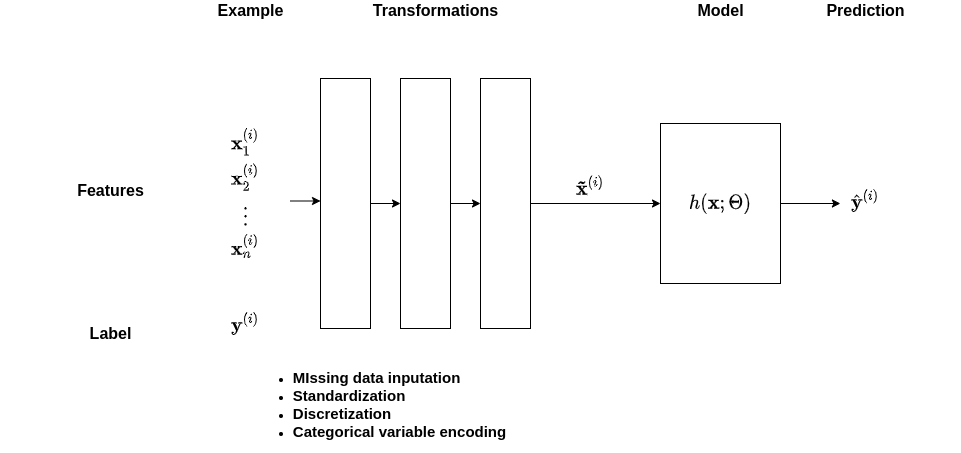
This is images/Feature_engineering.png from nyutandononline/MachineLearning_and_Finance_Teacher, a draw.io export, as it was before one commit. Source tidied: cells renumbered, new cells last; positions are measured from the earlier drawing's top-left corner, leaving out a move shared by most shapes. Its diagram source:
```xml
<mxGraphModel math="1">
  <root>
    <mxCell id="0" />
    <mxCell id="1" parent="0" />
    <mxCell id="2" value="&lt;font style=&quot;font-size: 16px;&quot;&gt;$$\mathbf{x}^{(i)}_1\\ \mathbf{x}^{(i)}_2 \\ \vdots \\ \mathbf{x}^{(i)}_n&lt;br style=&quot;font-size: 16px;&quot;&gt;$$&lt;/font&gt;" style="text;html=1;align=center;verticalAlign=middle;fontSize=16;" parent="1" vertex="1">
      <mxGeometry y="173" width="490" height="40" as="geometry" />
    </mxCell>
    <mxCell id="3" value="$$h(\mathbf{x};\Theta)$$" style="rounded=0;whiteSpace=wrap;html=1;fontSize=16;" parent="1" vertex="1">
      <mxGeometry x="660" y="123" width="120" height="160" as="geometry" />
    </mxCell>
    <mxCell id="4" value="$$\hat{\mathbf{y}}^{(i)}$$" style="text;html=1;align=center;verticalAlign=middle;points=[];fontSize=16;" parent="1" vertex="1">
      <mxGeometry x="770" y="190" width="190" height="20" as="geometry" />
    </mxCell>
    <mxCell id="5" value="$$\mathbf{y}^{(i)}$$" style="text;html=1;align=center;verticalAlign=middle;fontSize=16;" parent="1" vertex="1">
      <mxGeometry x="165" y="313" width="160" height="20" as="geometry" />
    </mxCell>
    <mxCell id="6" value="&lt;b&gt;Example&lt;/b&gt;" style="text;html=1;align=center;verticalAlign=middle;fontSize=16;" parent="1" vertex="1">
      <mxGeometry x="210" width="80" height="20" as="geometry" />
    </mxCell>
    <mxCell id="7" value="&lt;b&gt;Model&lt;/b&gt;" style="text;html=1;align=center;verticalAlign=middle;fontSize=16;" parent="1" vertex="1">
      <mxGeometry x="690" width="60" height="20" as="geometry" />
    </mxCell>
    <mxCell id="8" value="&lt;b&gt;Prediction&lt;/b&gt;" style="text;html=1;align=center;verticalAlign=middle;fontSize=16;" parent="1" vertex="1">
      <mxGeometry x="820" width="90" height="20" as="geometry" />
    </mxCell>
    <mxCell id="9" value="&lt;b&gt;Features&lt;/b&gt;" style="text;html=1;align=center;verticalAlign=middle;fontSize=16;" parent="1" vertex="1">
      <mxGeometry x="70" y="180" width="80" height="20" as="geometry" />
    </mxCell>
    <mxCell id="10" value="&lt;b&gt;Label&lt;br&gt;&lt;/b&gt;" style="text;html=1;align=center;verticalAlign=middle;fontSize=16;" parent="1" vertex="1">
      <mxGeometry x="80" y="323" width="60" height="20" as="geometry" />
    </mxCell>
    <mxCell id="11" style="edgeStyle=orthogonalEdgeStyle;rounded=0;jettySize=auto;html=1;entryX=0;entryY=0.5;entryDx=0;entryDy=0;" parent="1" edge="1" source="12" target="14">
      <mxGeometry relative="1" as="geometry" />
    </mxCell>
    <mxCell id="12" style="rounded=0;whiteSpace=wrap;html=1;" parent="1" vertex="1">
      <mxGeometry x="320" y="78" width="50" height="250" as="geometry" />
    </mxCell>
    <mxCell id="13" style="edgeStyle=orthogonalEdgeStyle;rounded=0;jettySize=auto;html=1;exitX=1;exitY=0.5;exitDx=0;exitDy=0;entryX=0;entryY=0.5;entryDx=0;entryDy=0;" parent="1" edge="1" source="14" target="16">
      <mxGeometry relative="1" as="geometry" />
    </mxCell>
    <mxCell id="14" style="rounded=0;whiteSpace=wrap;html=1;" parent="1" vertex="1">
      <mxGeometry x="400" y="78" width="50" height="250" as="geometry" />
    </mxCell>
    <mxCell id="15" style="edgeStyle=orthogonalEdgeStyle;rounded=0;jettySize=auto;html=1;exitX=1;exitY=0.5;exitDx=0;exitDy=0;entryX=0;entryY=0.5;entryDx=0;entryDy=0;" parent="1" edge="1" source="16" target="3">
      <mxGeometry relative="1" as="geometry" />
    </mxCell>
    <mxCell id="16" style="rounded=0;whiteSpace=wrap;html=1;" parent="1" vertex="1">
      <mxGeometry x="480" y="78" width="50" height="250" as="geometry" />
    </mxCell>
    <mxCell id="17" style="edgeStyle=orthogonalEdgeStyle;rounded=0;orthogonalLoop=1;jettySize=auto;html=1;entryX=0;entryY=0.5;entryDx=0;entryDy=0;" parent="1" edge="1">
      <mxGeometry relative="1" as="geometry">
        <mxPoint x="290" y="200.5" as="sourcePoint" />
        <mxPoint x="320" y="200.5" as="targetPoint" />
      </mxGeometry>
    </mxCell>
    <mxCell id="18" value="&lt;font style=&quot;font-size: 16px&quot;&gt;&lt;b&gt;Transformations&lt;/b&gt;&lt;/font&gt;" style="text;html=1;align=center;verticalAlign=middle;" parent="1" vertex="1">
      <mxGeometry x="365" width="140" height="20" as="geometry" />
    </mxCell>
    <mxCell id="19" style="endArrow=classic;html=1;exitX=1;exitY=0.5;exitDx=0;exitDy=0;entryX=0.368;entryY=0.65;entryDx=0;entryDy=0;entryPerimeter=0;" parent="1" edge="1" source="3" target="4">
      <mxGeometry relative="1" as="geometry" />
    </mxCell>
    <mxCell id="20" value="&lt;ul&gt;&lt;li style=&quot;text-align: left&quot;&gt;&lt;font style=&quot;font-size: 15px&quot;&gt;&lt;b&gt;MIssing data inputation&lt;/b&gt;&lt;/font&gt;&lt;/li&gt;&lt;li style=&quot;text-align: left&quot;&gt;&lt;font style=&quot;font-size: 15px&quot;&gt;&lt;b&gt;Standardization&lt;/b&gt;&lt;/font&gt;&lt;/li&gt;&lt;li style=&quot;text-align: left&quot;&gt;&lt;font style=&quot;font-size: 15px&quot;&gt;&lt;b&gt;Discretization&lt;/b&gt;&lt;/font&gt;&lt;/li&gt;&lt;li style=&quot;text-align: left&quot;&gt;&lt;font style=&quot;font-size: 15px&quot;&gt;&lt;b&gt;Categorical variable encoding&lt;/b&gt;&lt;/font&gt;&lt;/li&gt;&lt;/ul&gt;" style="text;html=1;align=center;verticalAlign=middle;" parent="1" vertex="1">
      <mxGeometry x="244" y="359" width="270" height="90" as="geometry" />
    </mxCell>
    <mxCell id="21" value="&lt;font style=&quot;font-size: 16px&quot;&gt;$$\mathbf{\tilde{x}}^{(i)}$$&lt;/font&gt;" style="text;html=1;align=center;verticalAlign=middle;" parent="1" vertex="1">
      <mxGeometry x="490" y="176" width="200" height="20" as="geometry" />
    </mxCell>
  </root>
</mxGraphModel>
```
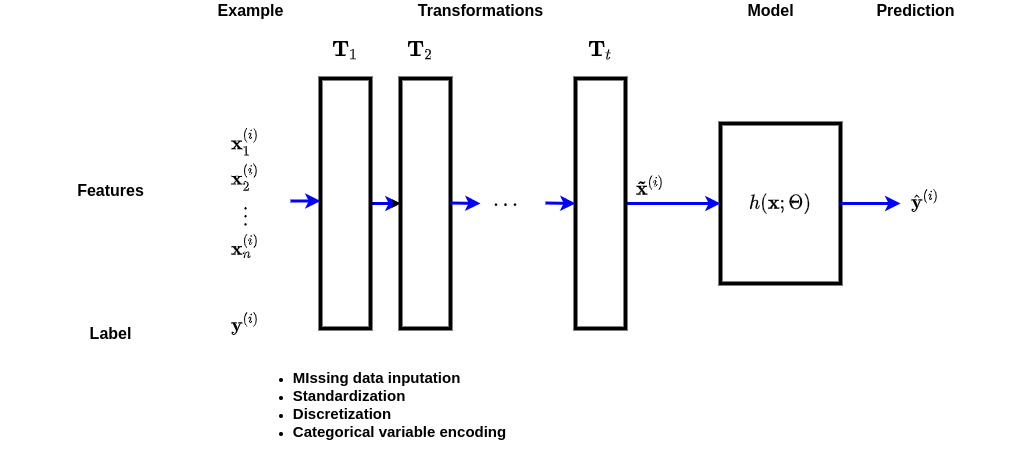
Above is the later version.

Change to the diagram source:
```diff
@@ -5,11 +5,11 @@
     <mxCell id="2" value="&lt;font style=&quot;font-size: 16px;&quot;&gt;$$\mathbf{x}^{(i)}_1\\ \mathbf{x}^{(i)}_2 \\ \vdots \\ \mathbf{x}^{(i)}_n&lt;br style=&quot;font-size: 16px;&quot;&gt;$$&lt;/font&gt;" style="text;html=1;align=center;verticalAlign=middle;fontSize=16;" parent="1" vertex="1">
       <mxGeometry y="173" width="490" height="40" as="geometry" />
     </mxCell>
-    <mxCell id="3" value="$$h(\mathbf{x};\Theta)$$" style="rounded=0;whiteSpace=wrap;html=1;fontSize=16;" parent="1" vertex="1">
-      <mxGeometry x="660" y="123" width="120" height="160" as="geometry" />
+    <mxCell id="3" value="$$h(\mathbf{x};\Theta)$$" style="rounded=0;whiteSpace=wrap;html=1;fontSize=16;strokeWidth=4;" parent="1" vertex="1">
+      <mxGeometry x="720" y="123" width="120" height="160" as="geometry" />
     </mxCell>
     <mxCell id="4" value="$$\hat{\mathbf{y}}^{(i)}$$" style="text;html=1;align=center;verticalAlign=middle;points=[];fontSize=16;" parent="1" vertex="1">
-      <mxGeometry x="770" y="190" width="190" height="20" as="geometry" />
+      <mxGeometry x="830" y="190" width="190" height="20" as="geometry" />
     </mxCell>
     <mxCell id="5" value="$$\mathbf{y}^{(i)}$$" style="text;html=1;align=center;verticalAlign=middle;fontSize=16;" parent="1" vertex="1">
       <mxGeometry x="165" y="313" width="160" height="20" as="geometry" />
@@ -18,10 +18,10 @@
       <mxGeometry x="210" width="80" height="20" as="geometry" />
     </mxCell>
     <mxCell id="7" value="&lt;b&gt;Model&lt;/b&gt;" style="text;html=1;align=center;verticalAlign=middle;fontSize=16;" parent="1" vertex="1">
-      <mxGeometry x="690" width="60" height="20" as="geometry" />
+      <mxGeometry x="740" width="60" height="20" as="geometry" />
     </mxCell>
     <mxCell id="8" value="&lt;b&gt;Prediction&lt;/b&gt;" style="text;html=1;align=center;verticalAlign=middle;fontSize=16;" parent="1" vertex="1">
-      <mxGeometry x="820" width="90" height="20" as="geometry" />
+      <mxGeometry x="870" width="90" height="20" as="geometry" />
     </mxCell>
     <mxCell id="9" value="&lt;b&gt;Features&lt;/b&gt;" style="text;html=1;align=center;verticalAlign=middle;fontSize=16;" parent="1" vertex="1">
       <mxGeometry x="70" y="180" width="80" height="20" as="geometry" />
@@ -29,41 +29,65 @@
     <mxCell id="10" value="&lt;b&gt;Label&lt;br&gt;&lt;/b&gt;" style="text;html=1;align=center;verticalAlign=middle;fontSize=16;" parent="1" vertex="1">
       <mxGeometry x="80" y="323" width="60" height="20" as="geometry" />
     </mxCell>
-    <mxCell id="11" style="edgeStyle=orthogonalEdgeStyle;rounded=0;jettySize=auto;html=1;entryX=0;entryY=0.5;entryDx=0;entryDy=0;" parent="1" edge="1" source="12" target="14">
+    <mxCell id="11" style="edgeStyle=orthogonalEdgeStyle;rounded=0;jettySize=auto;html=1;entryX=0;entryY=0.5;entryDx=0;entryDy=0;strokeWidth=3;strokeColor=#0000FF;" parent="1" edge="1" source="12" target="14">
       <mxGeometry relative="1" as="geometry" />
     </mxCell>
+    <mxCell id="22" style="edgeStyle=orthogonalEdgeStyle;rounded=0;jettySize=auto;html=1;" parent="1" edge="1" source="12" target="14">
+      <mxGeometry relative="1" as="geometry" />
+    </mxCell>
-    <mxCell id="12" style="rounded=0;whiteSpace=wrap;html=1;" parent="1" vertex="1">
+    <mxCell id="12" style="rounded=0;whiteSpace=wrap;html=1;strokeWidth=4;" parent="1" vertex="1">
       <mxGeometry x="320" y="78" width="50" height="250" as="geometry" />
     </mxCell>
-    <mxCell id="13" style="edgeStyle=orthogonalEdgeStyle;rounded=0;jettySize=auto;html=1;exitX=1;exitY=0.5;exitDx=0;exitDy=0;entryX=0;entryY=0.5;entryDx=0;entryDy=0;" parent="1" edge="1" source="14" target="16">
-      <mxGeometry relative="1" as="geometry" />
-    </mxCell>
-    <mxCell id="14" style="rounded=0;whiteSpace=wrap;html=1;" parent="1" vertex="1">
+    <mxCell id="14" style="rounded=0;whiteSpace=wrap;html=1;strokeWidth=4;" parent="1" vertex="1">
       <mxGeometry x="400" y="78" width="50" height="250" as="geometry" />
     </mxCell>
-    <mxCell id="15" style="edgeStyle=orthogonalEdgeStyle;rounded=0;jettySize=auto;html=1;exitX=1;exitY=0.5;exitDx=0;exitDy=0;entryX=0;entryY=0.5;entryDx=0;entryDy=0;" parent="1" edge="1" source="16" target="3">
+    <mxCell id="15" style="edgeStyle=orthogonalEdgeStyle;rounded=0;jettySize=auto;html=1;exitX=1;exitY=0.5;exitDx=0;exitDy=0;entryX=0;entryY=0.5;entryDx=0;entryDy=0;strokeWidth=3;strokeColor=#0000FF;" parent="1" edge="1" source="16" target="3">
       <mxGeometry relative="1" as="geometry" />
     </mxCell>
-    <mxCell id="16" style="rounded=0;whiteSpace=wrap;html=1;" parent="1" vertex="1">
-      <mxGeometry x="480" y="78" width="50" height="250" as="geometry" />
+    <mxCell id="16" style="rounded=0;whiteSpace=wrap;html=1;strokeWidth=4;" parent="1" vertex="1">
+      <mxGeometry x="575" y="78" width="50" height="250" as="geometry" />
     </mxCell>
-    <mxCell id="17" style="edgeStyle=orthogonalEdgeStyle;rounded=0;orthogonalLoop=1;jettySize=auto;html=1;entryX=0;entryY=0.5;entryDx=0;entryDy=0;" parent="1" edge="1">
+    <mxCell id="17" style="edgeStyle=orthogonalEdgeStyle;rounded=0;orthogonalLoop=1;jettySize=auto;html=1;entryX=0;entryY=0.5;entryDx=0;entryDy=0;strokeWidth=3;strokeColor=#0000FF;" parent="1" edge="1">
       <mxGeometry relative="1" as="geometry">
         <mxPoint x="290" y="200.5" as="sourcePoint" />
         <mxPoint x="320" y="200.5" as="targetPoint" />
       </mxGeometry>
     </mxCell>
     <mxCell id="18" value="&lt;font style=&quot;font-size: 16px&quot;&gt;&lt;b&gt;Transformations&lt;/b&gt;&lt;/font&gt;" style="text;html=1;align=center;verticalAlign=middle;" parent="1" vertex="1">
-      <mxGeometry x="365" width="140" height="20" as="geometry" />
+      <mxGeometry x="410" width="140" height="20" as="geometry" />
     </mxCell>
-    <mxCell id="19" style="endArrow=classic;html=1;exitX=1;exitY=0.5;exitDx=0;exitDy=0;entryX=0.368;entryY=0.65;entryDx=0;entryDy=0;entryPerimeter=0;" parent="1" edge="1" source="3" target="4">
+    <mxCell id="19" style="endArrow=classic;html=1;exitX=1;exitY=0.5;exitDx=0;exitDy=0;entryX=0.368;entryY=0.65;entryDx=0;entryDy=0;entryPerimeter=0;strokeWidth=3;strokeColor=#0000FF;" parent="1" edge="1" source="3" target="4">
       <mxGeometry relative="1" as="geometry" />
     </mxCell>
     <mxCell id="20" value="&lt;ul&gt;&lt;li style=&quot;text-align: left&quot;&gt;&lt;font style=&quot;font-size: 15px&quot;&gt;&lt;b&gt;MIssing data inputation&lt;/b&gt;&lt;/font&gt;&lt;/li&gt;&lt;li style=&quot;text-align: left&quot;&gt;&lt;font style=&quot;font-size: 15px&quot;&gt;&lt;b&gt;Standardization&lt;/b&gt;&lt;/font&gt;&lt;/li&gt;&lt;li style=&quot;text-align: left&quot;&gt;&lt;font style=&quot;font-size: 15px&quot;&gt;&lt;b&gt;Discretization&lt;/b&gt;&lt;/font&gt;&lt;/li&gt;&lt;li style=&quot;text-align: left&quot;&gt;&lt;font style=&quot;font-size: 15px&quot;&gt;&lt;b&gt;Categorical variable encoding&lt;/b&gt;&lt;/font&gt;&lt;/li&gt;&lt;/ul&gt;" style="text;html=1;align=center;verticalAlign=middle;" parent="1" vertex="1">
       <mxGeometry x="244" y="359" width="270" height="90" as="geometry" />
     </mxCell>
     <mxCell id="21" value="&lt;font style=&quot;font-size: 16px&quot;&gt;$$\mathbf{\tilde{x}}^{(i)}$$&lt;/font&gt;" style="text;html=1;align=center;verticalAlign=middle;" parent="1" vertex="1">
-      <mxGeometry x="490" y="176" width="200" height="20" as="geometry" />
+      <mxGeometry x="550" y="176" width="200" height="20" as="geometry" />
     </mxCell>
+    <mxCell id="23" value="&lt;font style=&quot;font-size: 18px&quot;&gt;&lt;b&gt;$$\mathbf{T}_1$$&lt;/b&gt;&lt;/font&gt;" style="text;html=1;align=center;verticalAlign=middle;" parent="1" vertex="1">
+      <mxGeometry x="260" y="40" width="170" height="20" as="geometry" />
+    </mxCell>
+    <mxCell id="24" value="&lt;font style=&quot;font-size: 18px&quot;&gt;&lt;b&gt;$$\mathbf{T}_2$$&lt;/b&gt;&lt;/font&gt;" style="text;html=1;align=center;verticalAlign=middle;" parent="1" vertex="1">
+      <mxGeometry x="335" y="40" width="170" height="20" as="geometry" />
+    </mxCell>
+    <mxCell id="25" style="endArrow=classic;html=1;exitX=1;exitY=0.5;exitDx=0;exitDy=0;strokeWidth=3;strokeColor=#0000FF;" parent="1" edge="1">
+      <mxGeometry relative="1" as="geometry">
+        <mxPoint x="545" y="202.5" as="sourcePoint" />
+        <mxPoint x="575" y="203" as="targetPoint" />
+      </mxGeometry>
+    </mxCell>
+    <mxCell id="26" value="&lt;b&gt;&lt;font style=&quot;font-size: 18px&quot;&gt;$$\ldots$$&lt;/font&gt;&lt;/b&gt;" style="text;html=1;align=center;verticalAlign=middle;" parent="1" vertex="1">
+      <mxGeometry x="455" y="190" width="100" height="20" as="geometry" />
+    </mxCell>
+    <mxCell id="27" style="endArrow=classic;html=1;exitX=1;exitY=0.5;exitDx=0;exitDy=0;strokeWidth=3;strokeColor=#0000FF;" parent="1" edge="1">
+      <mxGeometry relative="1" as="geometry">
+        <mxPoint x="450" y="202.5" as="sourcePoint" />
+        <mxPoint x="480" y="203" as="targetPoint" />
+      </mxGeometry>
+    </mxCell>
+    <mxCell id="28" value="&lt;font style=&quot;font-size: 18px&quot;&gt;&lt;b&gt;$$\mathbf{T}_t$$&lt;/b&gt;&lt;/font&gt;" style="text;html=1;align=center;verticalAlign=middle;" parent="1" vertex="1">
+      <mxGeometry x="520" y="40" width="160" height="20" as="geometry" />
+    </mxCell>
   </root>
 </mxGraphModel>
```
